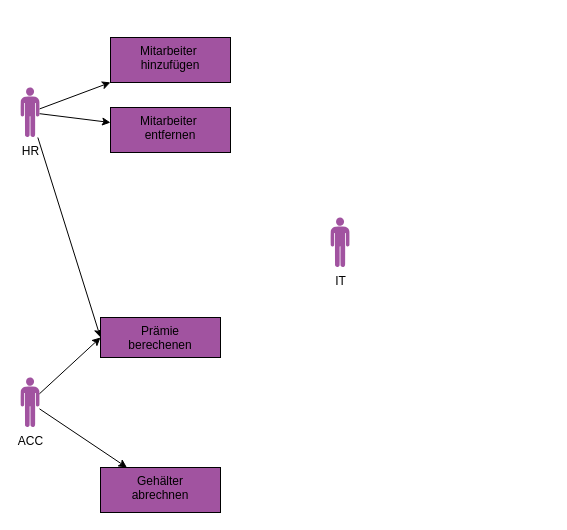
Above: Unbenanntes Diagramm.drawio in LeonardBauer/MitarbeiterManagement (draw.io), before the change. Source tidied: cells renumbered, new cells numbered last; positions are measured from the earlier drawing's top-left corner, leaving out a move shared by most shapes. Both pictures are drawn from the tidied source at 100%, with x=0, y=0 at pixel (20, 37).
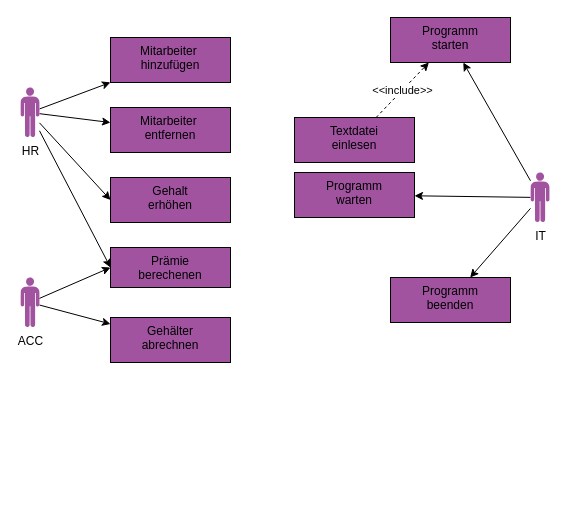
The same page after the edit.

The change refers to these unchanged cells:
```xml
<mxCell id="5" value="HR" style="verticalLabelPosition=bottom;sketch=0;html=1;fillColor=#A153A0;verticalAlign=top;align=center;shape=mxgraph.cisco_safe.design.actor_2;" parent="1" vertex="1">
  <mxGeometry y="50" width="19" height="50" as="geometry" />
</mxCell>
```

Change to the diagram source:
```diff
@@
+    <mxCell id="14" style="rounded=0;jettySize=auto;html=1;entryX=0;entryY=0.5;entryDx=0;entryDy=0;" parent="1" edge="1" source="5" target="18">
+      <mxGeometry relative="1" as="geometry" />
+    </mxCell>
@@
     <mxCell id="7" value="ACC" style="verticalLabelPosition=bottom;sketch=0;html=1;fillColor=#A153A0;verticalAlign=top;align=center;shape=mxgraph.cisco_safe.design.actor_2;" parent="1" vertex="1">
-      <mxGeometry y="340" width="19" height="50" as="geometry" />
+      <mxGeometry y="240" width="19" height="50" as="geometry" />
     </mxCell>
+    <mxCell id="15" style="rounded=0;jettySize=auto;html=1;" parent="1" edge="1" source="8" target="21">
+      <mxGeometry relative="1" as="geometry" />
+    </mxCell>
+    <mxCell id="16" style="rounded=0;jettySize=auto;html=1;" parent="1" edge="1" source="8" target="22">
+      <mxGeometry relative="1" as="geometry" />
+    </mxCell>
+    <mxCell id="17" style="rounded=0;jettySize=auto;html=1;" parent="1" edge="1" source="8" target="23">
+      <mxGeometry relative="1" as="geometry" />
+    </mxCell>
     <mxCell id="8" value="IT" style="verticalLabelPosition=bottom;sketch=0;html=1;fillColor=#A153A0;verticalAlign=top;align=center;shape=mxgraph.cisco_safe.design.actor_2;" parent="1" vertex="1">
-      <mxGeometry x="310" y="180" width="19" height="50" as="geometry" />
+      <mxGeometry x="510" y="135" width="19" height="50" as="geometry" />
     </mxCell>
     <mxCell id="9" value="Gehälter&lt;div&gt;abrechnen&lt;/div&gt;" style="whiteSpace=wrap;html=1;verticalAlign=top;fillColor=#A153A0;sketch=0;" parent="1" vertex="1">
-      <mxGeometry x="80" y="430" width="120" height="45" as="geometry" />
+      <mxGeometry x="90" y="280" width="120" height="45" as="geometry" />
     </mxCell>
@@
     <mxCell id="11" value="Prämie&lt;div&gt;berechenen&lt;/div&gt;" style="whiteSpace=wrap;html=1;verticalAlign=top;fillColor=#A153A0;sketch=0;" parent="1" vertex="1">
-      <mxGeometry x="80" y="280" width="120" height="40" as="geometry" />
+      <mxGeometry x="90" y="210" width="120" height="40" as="geometry" />
     </mxCell>
@@
+    <mxCell id="18" value="Gehalt&lt;div&gt;erhöhen&lt;/div&gt;" style="whiteSpace=wrap;html=1;verticalAlign=top;fillColor=#A153A0;sketch=0;" parent="1" vertex="1">
+      <mxGeometry x="90" y="140" width="120" height="45" as="geometry" />
+    </mxCell>
+    <mxCell id="19" value="&amp;lt;&amp;lt;include&amp;gt;&amp;gt;" style="rounded=0;jettySize=auto;html=1;dashed=1;" parent="1" edge="1" source="20" target="21">
+      <mxGeometry relative="1" as="geometry" />
+    </mxCell>
+    <mxCell id="20" value="Textdatei&lt;div&gt;einlesen&lt;/div&gt;" style="whiteSpace=wrap;html=1;verticalAlign=top;fillColor=#A153A0;sketch=0;" parent="1" vertex="1">
+      <mxGeometry x="274" y="80" width="120" height="45" as="geometry" />
+    </mxCell>
+    <mxCell id="21" value="Programm&lt;div&gt;starten&lt;/div&gt;" style="whiteSpace=wrap;html=1;verticalAlign=top;fillColor=#A153A0;sketch=0;" parent="1" vertex="1">
+      <mxGeometry x="370" y="-20" width="120" height="45" as="geometry" />
+    </mxCell>
+    <mxCell id="22" value="Programm&lt;div&gt;warten&lt;/div&gt;" style="whiteSpace=wrap;html=1;verticalAlign=top;fillColor=#A153A0;sketch=0;" parent="1" vertex="1">
+      <mxGeometry x="274" y="135" width="120" height="45" as="geometry" />
+    </mxCell>
+    <mxCell id="23" value="Programm&lt;div&gt;beenden&lt;/div&gt;" style="whiteSpace=wrap;html=1;verticalAlign=top;fillColor=#A153A0;sketch=0;" parent="1" vertex="1">
+      <mxGeometry x="370" y="240" width="120" height="45" as="geometry" />
+    </mxCell>
```
